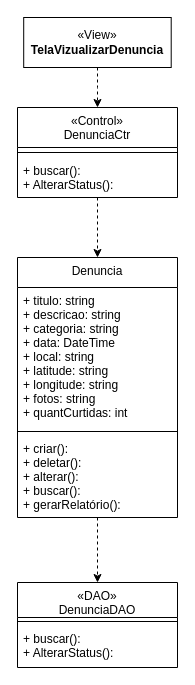
This is Documentação/Diagramas/Diagramas de Casos de Uso/Diagrama de Caso de Uso Alterar Status.drawio from frsouzaa/Documentacao-TCC-NossaVia, a draw.io file, before an edit. Source tidied: cells renumbered, new cells numbered last; positions are measured from the earlier drawing's top-left corner, leaving out a move shared by most shapes. Both pictures are drawn from the tidied source at 100%, with x=0, y=0 at pixel (17, 17).
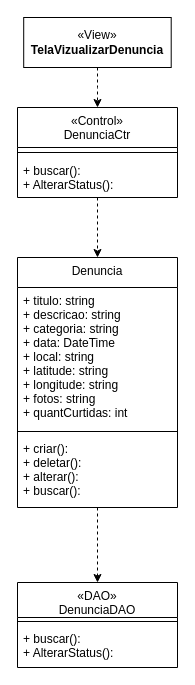
Above is the later version.

Commit message (it also covers changes not shown here):
Removendo método GerarRelatório() dos diagramas

What changed in the source:
```diff
@@
 <mxGraphModel>
   <root>
     <mxCell id="0" />
     <mxCell id="1" parent="0" />
     <mxCell id="2" value="Denuncia" style="swimlane;fontStyle=0;align=center;verticalAlign=top;horizontal=1;startSize=30;rounded=0;shadow=0;strokeWidth=1;" parent="1" vertex="1">
-      <mxGeometry y="240" width="160" height="260" as="geometry" />
+      <mxGeometry y="240" width="160" height="250" as="geometry" />
     </mxCell>
     <mxCell id="3" value="+ titulo: string&#10;+ descricao: string&#10;+ categoria: string&#10;+ data: DateTime&#10;+ local: string&#10;+ latitude: string&#10;+ longitude: string&#10;+ fotos: string&#10;+ quantCurtidas: int" style="text;align=left;verticalAlign=top;spacingLeft=4;spacingRight=4;overflow=hidden;" parent="2" vertex="1">
       <mxGeometry y="30" width="160" height="140" as="geometry" />
     </mxCell>
     <mxCell id="4" style="line;html=1;strokeWidth=1;align=left;verticalAlign=middle;spacingTop=-1;spacingLeft=3;spacingRight=3;labelPosition=right;" parent="2" vertex="1">
       <mxGeometry y="170" width="160" height="8" as="geometry" />
     </mxCell>
-    <mxCell id="5" value="+ criar(): &#10;+ deletar(): &#10;+ alterar():&#10;+ buscar():&#10;+ gerarRelatório(): " style="text;align=left;verticalAlign=top;spacingLeft=4;spacingRight=4;overflow=hidden;" parent="2" vertex="1">
-      <mxGeometry y="178" width="160" height="82" as="geometry" />
+    <mxCell id="5" value="+ criar(): &#10;+ deletar(): &#10;+ alterar():&#10;+ buscar():&#10;" style="text;align=left;verticalAlign=top;spacingLeft=4;spacingRight=4;overflow=hidden;" parent="2" vertex="1">
+      <mxGeometry y="178" width="160" height="62" as="geometry" />
     </mxCell>
     <mxCell id="6" style="edgeStyle=orthogonalEdgeStyle;rounded=0;jettySize=auto;html=1;exitX=0.5;exitY=1;exitDx=0;exitDy=0;entryX=0.5;entryY=0;entryDx=0;entryDy=0;dashed=1;" parent="1" edge="1" source="2" target="13">
       <mxGeometry relative="1" as="geometry" />
     </mxCell>
     <mxCell id="7" style="edgeStyle=orthogonalEdgeStyle;rounded=0;jettySize=auto;html=1;entryX=0.5;entryY=0;entryDx=0;entryDy=0;dashed=1;" parent="1" edge="1" source="8" target="10">
       <mxGeometry relative="1" as="geometry" />
     </mxCell>
     <mxCell id="8" value="«View»&lt;br&gt;&lt;b&gt;TelaVizualizarDenuncia&lt;br&gt;&lt;/b&gt;" style="html=1;whiteSpace=wrap;" parent="1" vertex="1">
       <mxGeometry x="6.2" width="147.5" height="50" as="geometry" />
     </mxCell>
     <mxCell id="9" style="edgeStyle=orthogonalEdgeStyle;rounded=0;jettySize=auto;html=1;exitX=0.5;exitY=1;exitDx=0;exitDy=0;entryX=0.5;entryY=0;entryDx=0;entryDy=0;dashed=1;" parent="1" edge="1" source="10" target="2">
       <mxGeometry relative="1" as="geometry" />
     </mxCell>
     <mxCell id="10" value="«Control»&#10;DenunciaCtr" style="swimlane;fontStyle=0;align=center;verticalAlign=top;horizontal=1;startSize=40;rounded=0;shadow=0;strokeWidth=1;" parent="1" vertex="1">
       <mxGeometry y="90" width="160" height="90" as="geometry" />
     </mxCell>
     <mxCell id="11" style="line;html=1;strokeWidth=1;align=left;verticalAlign=middle;spacingTop=-1;spacingLeft=3;spacingRight=3;labelPosition=right;" parent="10" vertex="1">
       <mxGeometry y="40" width="160" height="10" as="geometry" />
     </mxCell>
     <mxCell id="12" value="+ buscar():&#10;+ AlterarStatus():" style="text;align=left;verticalAlign=top;spacingLeft=4;spacingRight=4;overflow=hidden;" parent="10" vertex="1">
       <mxGeometry y="50" width="160" height="40" as="geometry" />
     </mxCell>
     <mxCell id="13" value="«DAO»&#10;DenunciaDAO&#10;" style="swimlane;fontStyle=0;align=center;verticalAlign=top;horizontal=1;startSize=35;rounded=0;shadow=0;strokeWidth=1;" parent="1" vertex="1">
       <mxGeometry y="565" width="160" height="85" as="geometry" />
     </mxCell>
     <mxCell id="14" style="line;html=1;strokeWidth=1;align=left;verticalAlign=middle;spacingTop=-1;spacingLeft=3;spacingRight=3;labelPosition=right;" parent="13" vertex="1">
       <mxGeometry y="35" width="160" height="8" as="geometry" />
     </mxCell>
     <mxCell id="15" value="+ buscar():&#10;+ AlterarStatus():" style="text;align=left;verticalAlign=top;spacingLeft=4;spacingRight=4;overflow=hidden;" parent="13" vertex="1">
       <mxGeometry y="43" width="160" height="37" as="geometry" />
     </mxCell>
   </root>
 </mxGraphModel>
```
